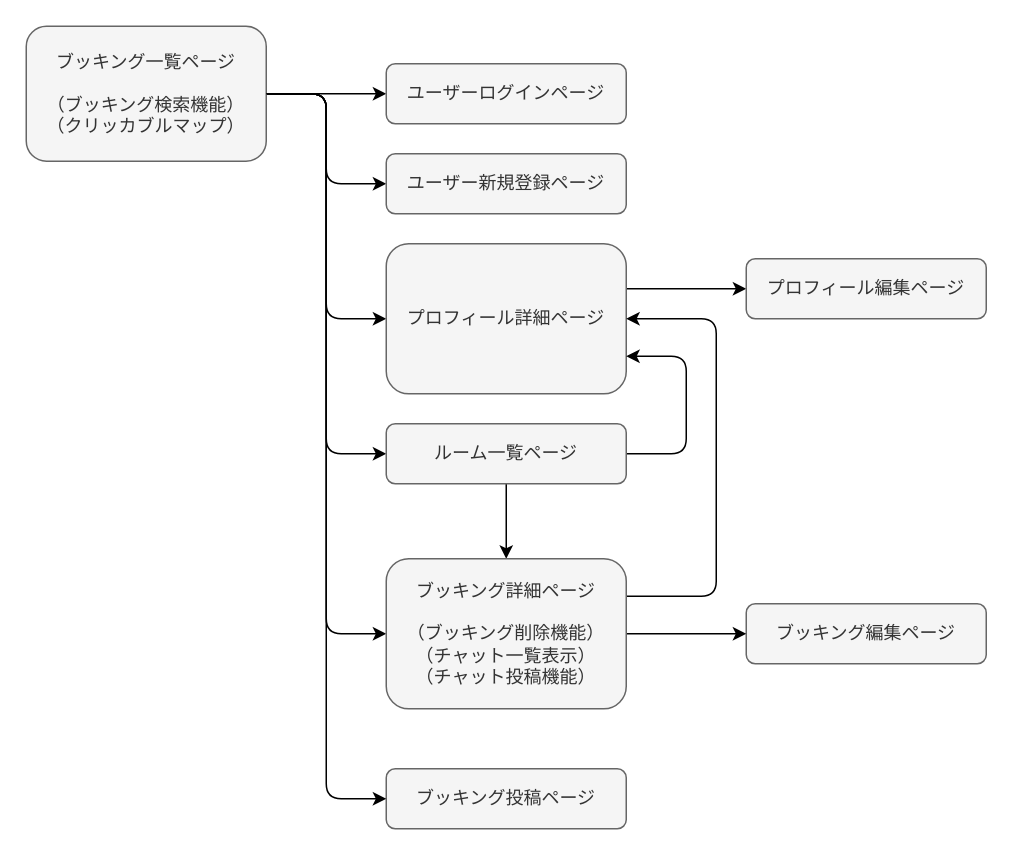
yuki-0202/bandbond keeps this draw.io diagram as Transition_diagram.dio. Above is the earlier version. Source tidied: cells renumbered, new cells numbered last; positions are measured from the earlier drawing's top-left corner, leaving out a move shared by most shapes. Both pictures are drawn from the tidied source at 150%, with x=0, y=0 at pixel (26, 26).
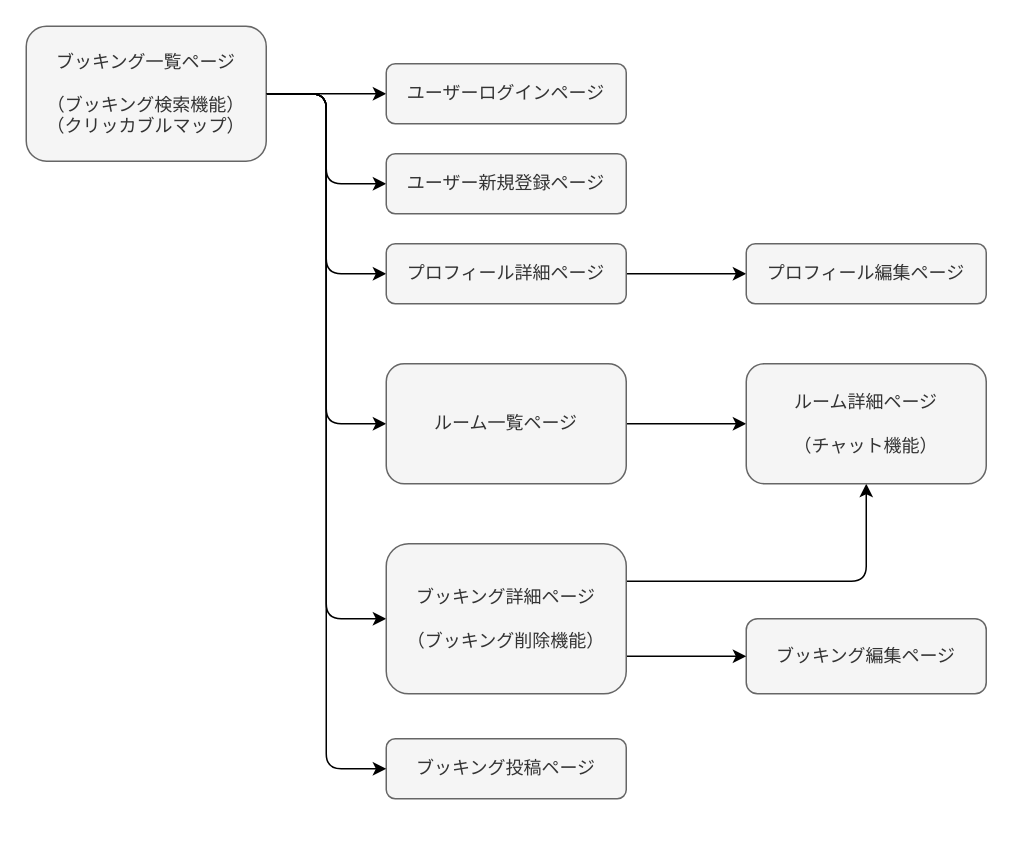
The same page after the edit.

Commit message (it also covers changes not shown here):
README、画面遷移図の修正

The change refers to these unchanged cells:
```xml
<mxCell id="7" value="ブッキング一覧ページ&lt;br&gt;&lt;br&gt;（ブッキング検索機能）&lt;br&gt;（クリッカブルマップ）" style="rounded=1;whiteSpace=wrap;html=1;fillColor=#f5f5f5;fontColor=#333333;strokeColor=#666666;" parent="1" vertex="1">
  <mxGeometry width="160" height="90" as="geometry" />
</mxCell>
```

Change to the diagram source:
```diff
@@
     <mxCell id="4" style="edgeStyle=none;html=1;" parent="1" edge="1" source="7" target="11">
       <mxGeometry relative="1" as="geometry">
         <Array as="points">
           <mxPoint x="200" y="45" />
-          <mxPoint x="200" y="195" />
+          <mxPoint x="200" y="165" />
         </Array>
       </mxGeometry>
     </mxCell>
     <mxCell id="5" style="edgeStyle=none;html=1;exitX=1;exitY=0.5;exitDx=0;exitDy=0;entryX=0;entryY=0.5;entryDx=0;entryDy=0;" parent="1" edge="1" source="7" target="17">
       <mxGeometry relative="1" as="geometry">
         <Array as="points">
           <mxPoint x="200" y="45" />
-          <mxPoint x="200" y="285" />
+          <mxPoint x="200" y="265" />
         </Array>
       </mxGeometry>
     </mxCell>
     <mxCell id="6" style="edgeStyle=none;html=1;entryX=0;entryY=0.5;entryDx=0;entryDy=0;exitX=1;exitY=0.5;exitDx=0;exitDy=0;" parent="1" edge="1" source="7" target="21">
       <mxGeometry relative="1" as="geometry">
         <Array as="points">
           <mxPoint x="200" y="45" />
-          <mxPoint x="200" y="405" />
+          <mxPoint x="200" y="395" />
         </Array>
       </mxGeometry>
     </mxCell>
@@
-    <mxCell id="10" style="edgeStyle=none;html=1;" parent="1" edge="1" target="13">
-      <mxGeometry relative="1" as="geometry">
-        <mxPoint x="390" y="175" as="sourcePoint" />
-      </mxGeometry>
+    <mxCell id="10" style="edgeStyle=none;html=1;exitX=1;exitY=0.5;exitDx=0;exitDy=0;" parent="1" edge="1" source="11" target="13">
+      <mxGeometry relative="1" as="geometry" />
     </mxCell>
     <mxCell id="11" value="プロフィール詳細ページ" style="rounded=1;whiteSpace=wrap;html=1;fillColor=#f5f5f5;fontColor=#333333;strokeColor=#666666;" parent="1" vertex="1">
-      <mxGeometry x="240" y="145" width="160" height="100" as="geometry" />
+      <mxGeometry x="240" y="145" width="160" height="40" as="geometry" />
     </mxCell>
     <mxCell id="12" value="ブッキング投稿ページ" style="rounded=1;whiteSpace=wrap;html=1;fillColor=#f5f5f5;fontColor=#333333;strokeColor=#666666;" parent="1" vertex="1">
-      <mxGeometry x="240" y="495" width="160" height="40" as="geometry" />
+      <mxGeometry x="240" y="475" width="160" height="40" as="geometry" />
     </mxCell>
     <mxCell id="13" value="プロフィール編集ページ" style="rounded=1;whiteSpace=wrap;html=1;fillColor=#f5f5f5;fontColor=#333333;strokeColor=#666666;" parent="1" vertex="1">
-      <mxGeometry x="480" y="155" width="160" height="40" as="geometry" />
+      <mxGeometry x="480" y="145" width="160" height="40" as="geometry" />
     </mxCell>
     <mxCell id="14" value="ブッキング編集ページ" style="rounded=1;whiteSpace=wrap;html=1;fillColor=#f5f5f5;fontColor=#333333;strokeColor=#666666;" parent="1" vertex="1">
-      <mxGeometry x="480" y="385" width="160" height="40" as="geometry" />
+      <mxGeometry x="480" y="395" width="160" height="50" as="geometry" />
     </mxCell>
-    <mxCell id="15" style="edgeStyle=none;html=1;entryX=0.5;entryY=0;entryDx=0;entryDy=0;" parent="1" edge="1" source="17" target="21">
-      <mxGeometry relative="1" as="geometry" />
-    </mxCell>
-    <mxCell id="16" style="edgeStyle=none;html=1;exitX=1;exitY=0.5;exitDx=0;exitDy=0;entryX=1;entryY=0.75;entryDx=0;entryDy=0;" parent="1" edge="1" source="17" target="11">
-      <mxGeometry relative="1" as="geometry">
-        <Array as="points">
-          <mxPoint x="440" y="285" />
-          <mxPoint x="440" y="220" />
-        </Array>
-      </mxGeometry>
-    </mxCell>
+    <mxCell id="22" style="edgeStyle=none;html=1;" parent="1" edge="1" source="17" target="23">
+      <mxGeometry relative="1" as="geometry" />
+    </mxCell>
     <mxCell id="17" value="ルーム一覧ページ" style="rounded=1;whiteSpace=wrap;html=1;fillColor=#f5f5f5;fontColor=#333333;strokeColor=#666666;" parent="1" vertex="1">
-      <mxGeometry x="240" y="265" width="160" height="40" as="geometry" />
+      <mxGeometry x="240" y="225" width="160" height="80" as="geometry" />
     </mxCell>
-    <mxCell id="18" style="edgeStyle=none;html=1;" parent="1" edge="1" source="21" target="14">
+    <mxCell id="18" style="edgeStyle=none;html=1;exitX=1;exitY=0.75;exitDx=0;exitDy=0;" parent="1" edge="1" source="21" target="14">
       <mxGeometry relative="1" as="geometry" />
     </mxCell>
     <mxCell id="19" style="edgeStyle=none;html=1;exitX=1;exitY=0.5;exitDx=0;exitDy=0;entryX=0;entryY=0.5;entryDx=0;entryDy=0;" parent="1" edge="1" source="7" target="12">
       <mxGeometry relative="1" as="geometry">
         <Array as="points">
           <mxPoint x="200" y="45" />
-          <mxPoint x="200" y="515" />
+          <mxPoint x="200" y="495" />
         </Array>
       </mxGeometry>
     </mxCell>
-    <mxCell id="20" style="edgeStyle=none;html=1;exitX=1;exitY=0.25;exitDx=0;exitDy=0;" parent="1" edge="1" source="21">
+    <mxCell id="20" style="edgeStyle=none;html=1;entryX=0.5;entryY=1;entryDx=0;entryDy=0;exitX=1;exitY=0.25;exitDx=0;exitDy=0;" parent="1" edge="1" source="21" target="23">
       <mxGeometry relative="1" as="geometry">
-        <mxPoint x="400" y="195" as="targetPoint" />
         <Array as="points">
-          <mxPoint x="460" y="380" />
-          <mxPoint x="460" y="195" />
+          <mxPoint x="560" y="370" />
         </Array>
       </mxGeometry>
     </mxCell>
-    <mxCell id="21" value="&lt;span&gt;ブッキング詳細ページ&lt;/span&gt;&lt;br&gt;&lt;br&gt;&lt;span&gt;（ブッキング削除機能）&lt;/span&gt;&lt;br&gt;&lt;span&gt;（チャット一覧表示）&lt;/span&gt;&lt;br&gt;&lt;span&gt;（チャット投稿機能）&lt;/span&gt;" style="rounded=1;whiteSpace=wrap;html=1;fillColor=#f5f5f5;fontColor=#333333;strokeColor=#666666;" parent="1" vertex="1">
-      <mxGeometry x="240" y="355" width="160" height="100" as="geometry" />
+    <mxCell id="21" value="&lt;span&gt;ブッキング詳細ページ&lt;br&gt;&lt;br&gt;（ブッキング削除機能）&lt;br&gt;&lt;/span&gt;" style="rounded=1;whiteSpace=wrap;html=1;fillColor=#f5f5f5;fontColor=#333333;strokeColor=#666666;" parent="1" vertex="1">
+      <mxGeometry x="240" y="345" width="160" height="100" as="geometry" />
     </mxCell>
+    <mxCell id="23" value="ルーム詳細ページ&lt;br&gt;&lt;br&gt;（チャット機能）" style="rounded=1;whiteSpace=wrap;html=1;fillColor=#f5f5f5;fontColor=#333333;strokeColor=#666666;" parent="1" vertex="1">
+      <mxGeometry x="480" y="225" width="160" height="80" as="geometry" />
+    </mxCell>
```
